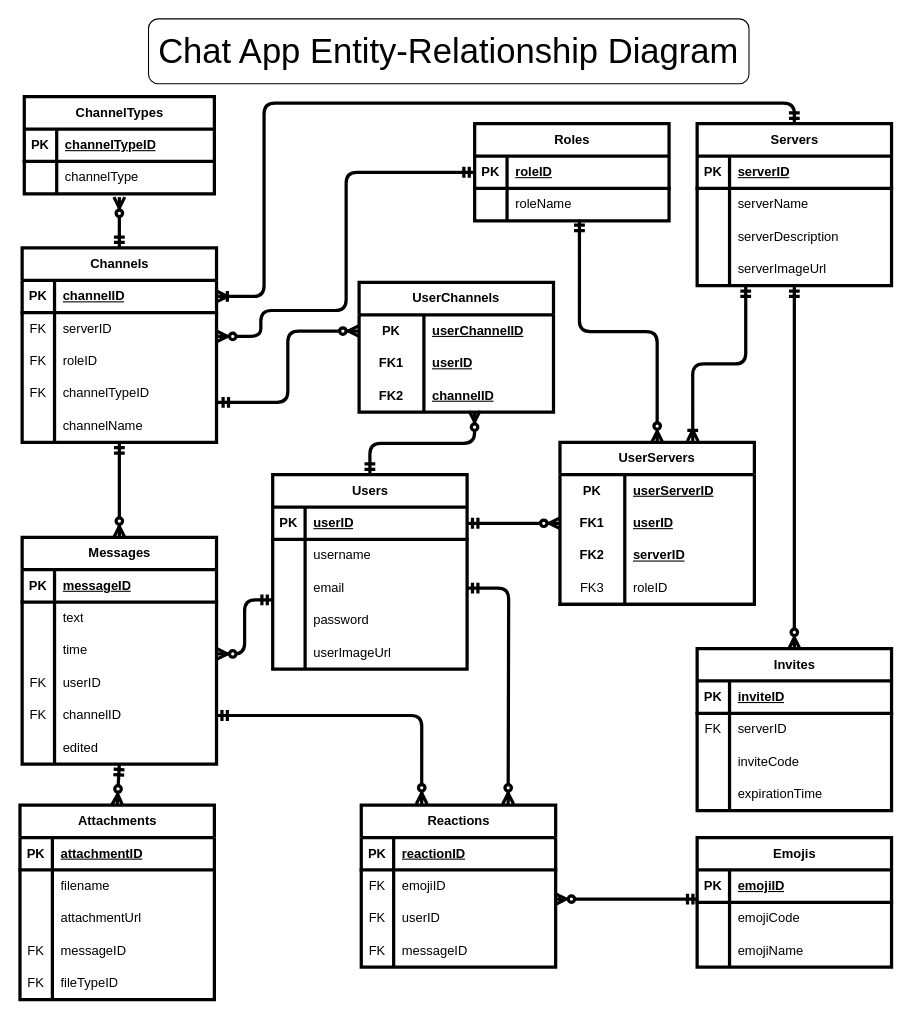
This is database/Chat App ERD.drawio from Lisa-Fink/Chat-App, a draw.io file, before an edit. Source tidied: cells renumbered, new cells numbered last; positions are measured from the earlier drawing's top-left corner, leaving out a move shared by most shapes. Both pictures are drawn from the tidied source at 108%, with x=0, y=0 at pixel (19, 18).
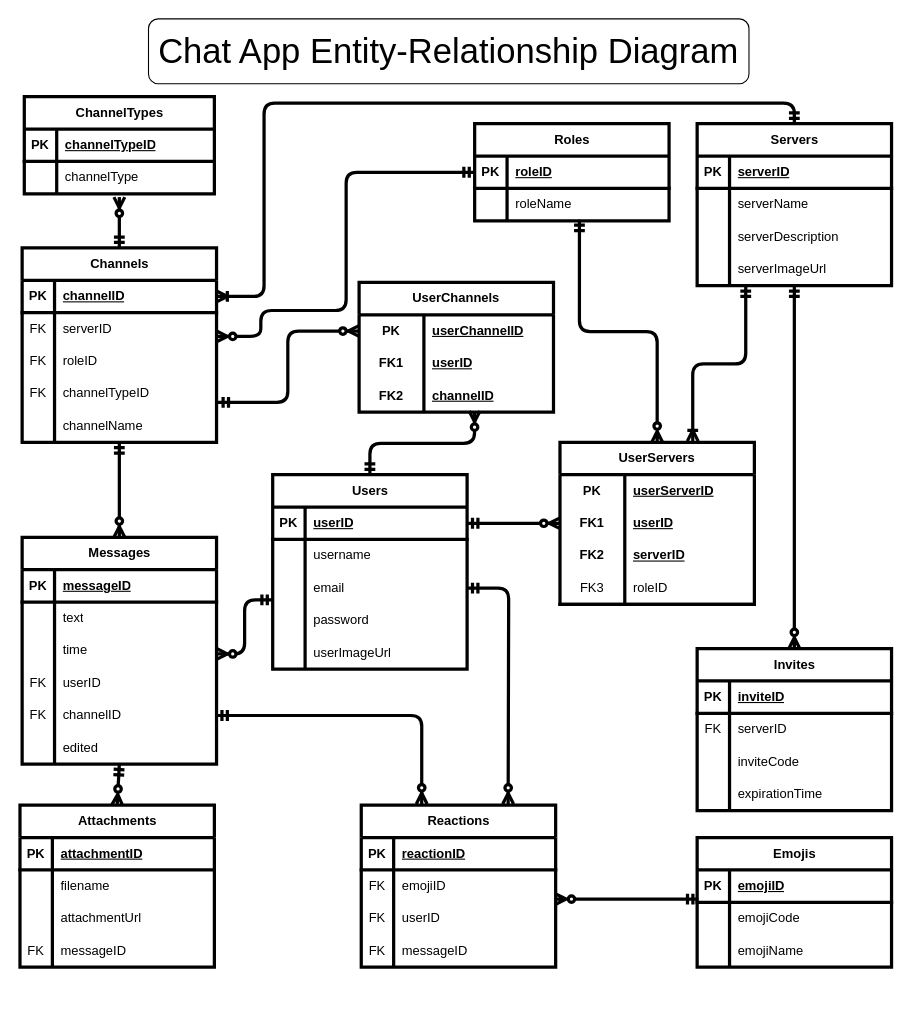
The same diagram, later.

Commit message:
Removed attribute for fileTypeID in Attachments

Diff of the diagram source:
```diff
@@
     <mxCell id="50" value="Attachments" style="shape=table;startSize=30;childLayout=tableLayout;rowLines=0;fontStyle=1;align=center;html=1;strokeWidth=3;labelBackgroundColor=none;fillColor=none;" parent="1" vertex="1">
-      <mxGeometry y="728" width="180" height="180" as="geometry" />
+      <mxGeometry y="728" width="180" height="150" as="geometry" />
     </mxCell>
@@
-    <mxCell id="63" style="shape=tableRow;horizontal=0;startSize=0;swimlaneHead=0;swimlaneBody=0;top=0;left=0;right=0;bottom=0;strokeWidth=3;labelBackgroundColor=none;fillColor=none;" parent="50" vertex="1">
-      <mxGeometry y="150" width="180" height="30" as="geometry" />
-    </mxCell>
-    <mxCell id="64" value="FK" style="shape=partialRectangle;top=0;left=0;bottom=0;right=0;overflow=hidden;whiteSpace=wrap;html=1;strokeWidth=3;labelBackgroundColor=none;fillColor=none;" parent="63" vertex="1">
-      <mxGeometry width="30" height="30" as="geometry" />
-    </mxCell>
-    <mxCell id="65" value="fileTypeID" style="shape=partialRectangle;top=0;left=0;bottom=0;right=0;align=left;spacingLeft=6;overflow=hidden;whiteSpace=wrap;html=1;strokeWidth=3;labelBackgroundColor=none;fillColor=none;" parent="63" vertex="1">
-      <mxGeometry x="30" width="150" height="30" as="geometry" />
-    </mxCell>
```
